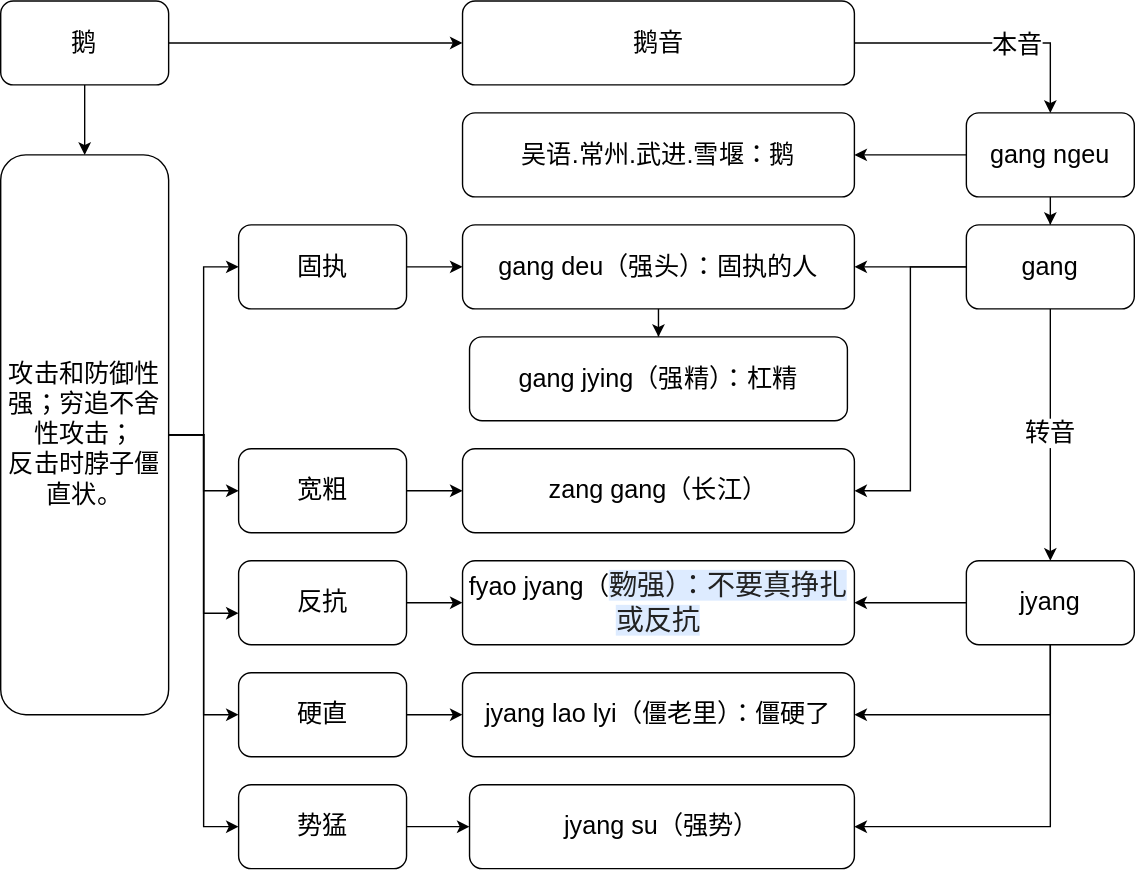
The draw.io diagram diagram/sound_gang.drawio.svg in GongLongDong/ChineseOrigin, before a commit. Source tidied: cells renumbered, new cells last; positions are measured from the earlier drawing's top-left corner, leaving out a move shared by most shapes.
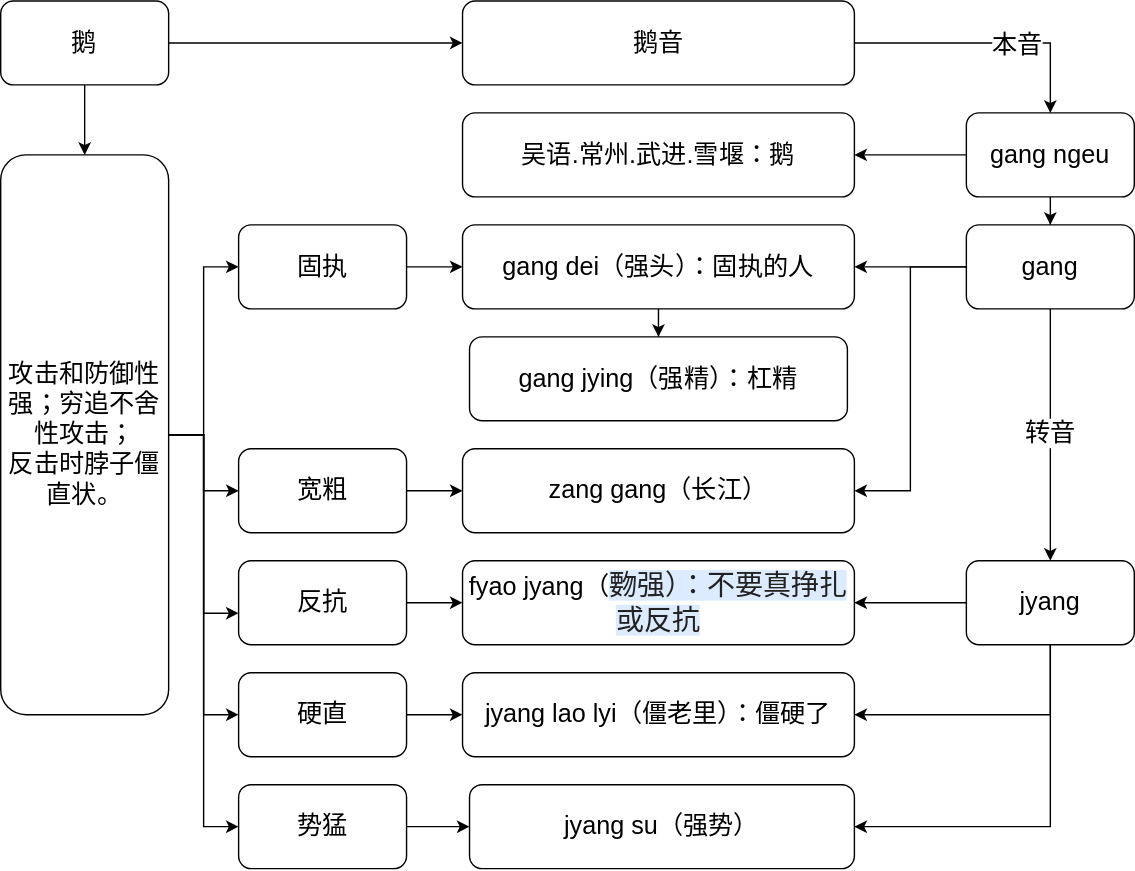
The same diagram one commit later.

What changed in the source:
```diff
@@ -86,7 +86,7 @@
     <mxCell id="29" style="edgeStyle=orthogonalEdgeStyle;rounded=0;jettySize=auto;html=1;fontSize=18;" parent="1" edge="1" source="30" target="41">
       <mxGeometry relative="1" as="geometry" />
     </mxCell>
-    <mxCell id="30" value="gang deu（强头）：固执的人" style="whiteSpace=wrap;html=1;fontSize=18;rounded=1;" parent="1" vertex="1">
+    <mxCell id="30" value="gang dei（强头）：固执的人" style="whiteSpace=wrap;html=1;fontSize=18;rounded=1;" parent="1" vertex="1">
       <mxGeometry x="330" y="160" width="280" height="60" as="geometry" />
     </mxCell>
     <mxCell id="31" style="edgeStyle=orthogonalEdgeStyle;rounded=0;jettySize=auto;html=1;fontSize=18;entryX=1;entryY=0.5;entryDx=0;entryDy=0;" parent="1" edge="1" source="34" target="35">
```
